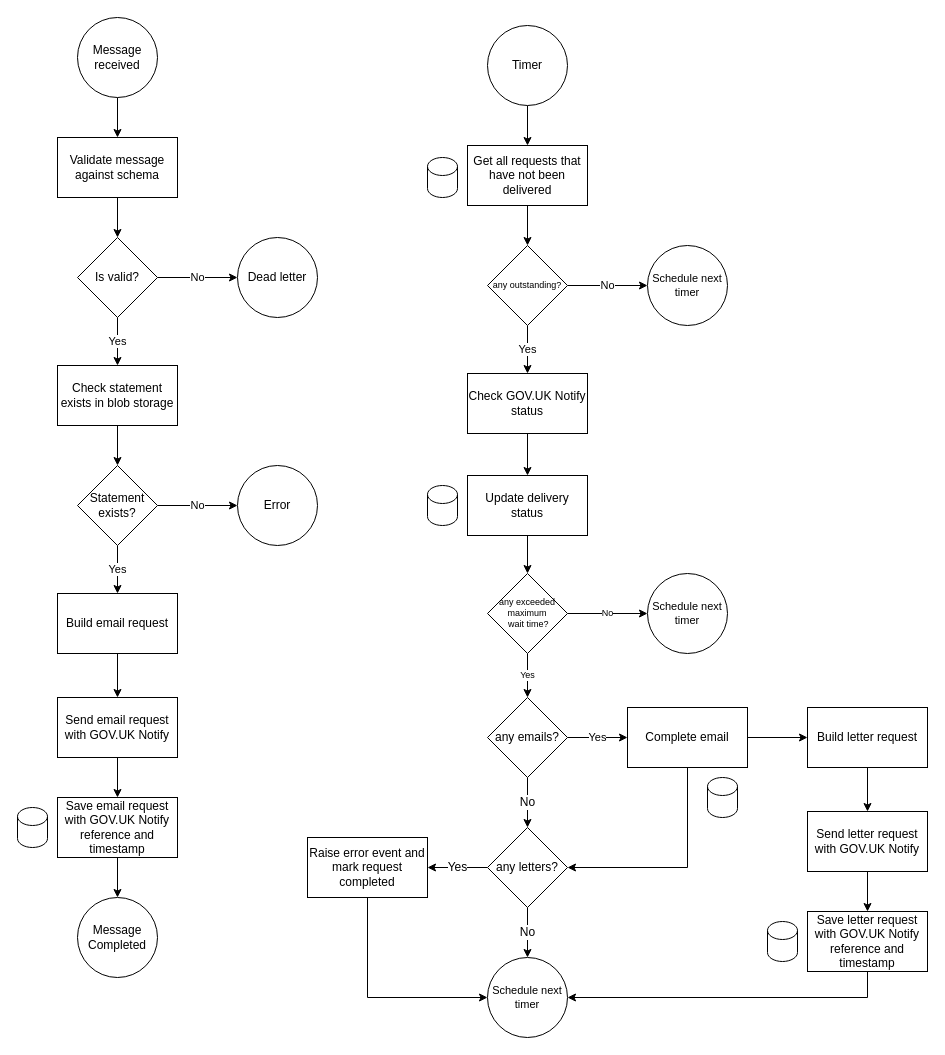
The draw.io diagram Payments/ffc-pay-statement-publisher.drawio in DEFRA/ffc-diagrams, before the edit. Source tidied: cells renumbered, new cells numbered last; positions are measured from the earlier drawing's top-left corner, leaving out a move shared by most shapes. Both pictures are drawn from the tidied source at 100%, with x=0, y=0 at pixel (17, 17).
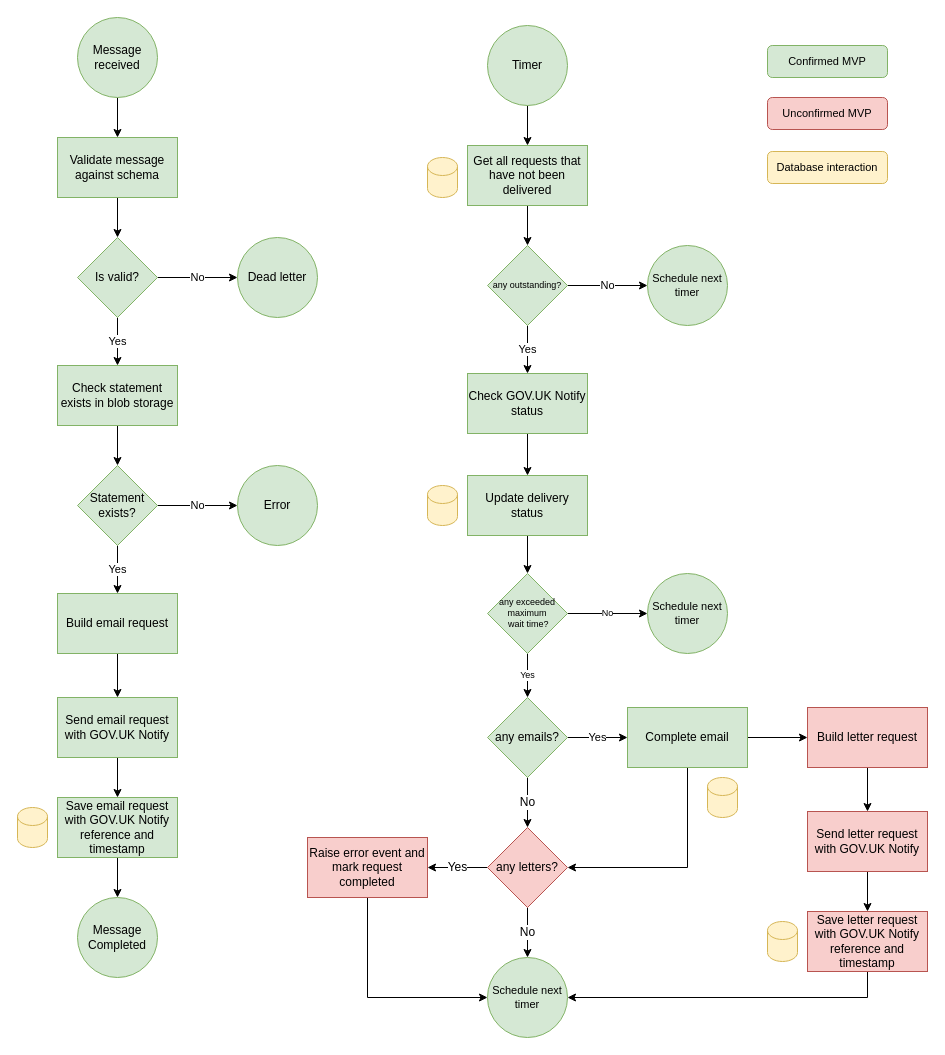
The same page after the edit.

What changed in the source:
```diff
@@
-    <mxCell id="3" value="Message received" style="ellipse;whiteSpace=wrap;html=1;" parent="1" vertex="1">
+    <mxCell id="3" value="Message received" style="ellipse;whiteSpace=wrap;html=1;fillColor=#d5e8d4;strokeColor=#82b366;" parent="1" vertex="1">
       <mxGeometry x="60" width="80" height="80" as="geometry" />
     </mxCell>
@@
-    <mxCell id="5" value="Validate message against schema" style="whiteSpace=wrap;html=1;" parent="1" vertex="1">
+    <mxCell id="5" value="Validate message against schema" style="whiteSpace=wrap;html=1;fillColor=#d5e8d4;strokeColor=#82b366;" parent="1" vertex="1">
       <mxGeometry x="40" y="120" width="120" height="60" as="geometry" />
     </mxCell>
@@
-    <mxCell id="8" value="Is valid?" style="rhombus;whiteSpace=wrap;html=1;" parent="1" vertex="1">
+    <mxCell id="8" value="Is valid?" style="rhombus;whiteSpace=wrap;html=1;fillColor=#d5e8d4;strokeColor=#82b366;" parent="1" vertex="1">
       <mxGeometry x="60" y="220" width="80" height="80" as="geometry" />
     </mxCell>
-    <mxCell id="9" value="Dead letter" style="ellipse;whiteSpace=wrap;html=1;" parent="1" vertex="1">
+    <mxCell id="9" value="Dead letter" style="ellipse;whiteSpace=wrap;html=1;fillColor=#d5e8d4;strokeColor=#82b366;" parent="1" vertex="1">
       <mxGeometry x="220" y="220" width="80" height="80" as="geometry" />
     </mxCell>
@@
-    <mxCell id="11" value="Check statement exists in blob storage" style="whiteSpace=wrap;html=1;" parent="1" vertex="1">
+    <mxCell id="11" value="Check statement exists in blob storage" style="whiteSpace=wrap;html=1;fillColor=#d5e8d4;strokeColor=#82b366;" parent="1" vertex="1">
       <mxGeometry x="40" y="348" width="120" height="60" as="geometry" />
     </mxCell>
@@
-    <mxCell id="14" value="Statement exists?" style="rhombus;whiteSpace=wrap;html=1;" parent="1" vertex="1">
+    <mxCell id="14" value="Statement exists?" style="rhombus;whiteSpace=wrap;html=1;fillColor=#d5e8d4;strokeColor=#82b366;" parent="1" vertex="1">
       <mxGeometry x="60" y="448" width="80" height="80" as="geometry" />
     </mxCell>
-    <mxCell id="15" value="Error" style="ellipse;whiteSpace=wrap;html=1;" parent="1" vertex="1">
+    <mxCell id="15" value="Error" style="ellipse;whiteSpace=wrap;html=1;fillColor=#d5e8d4;strokeColor=#82b366;" parent="1" vertex="1">
       <mxGeometry x="220" y="448" width="80" height="80" as="geometry" />
     </mxCell>
@@
-    <mxCell id="17" value="Build email request" style="whiteSpace=wrap;html=1;" parent="1" vertex="1">
+    <mxCell id="17" value="Build email request" style="whiteSpace=wrap;html=1;fillColor=#d5e8d4;strokeColor=#82b366;" parent="1" vertex="1">
       <mxGeometry x="40" y="576" width="120" height="60" as="geometry" />
     </mxCell>
@@
-    <mxCell id="19" value="Send email request with GOV.UK Notify" style="whiteSpace=wrap;html=1;" parent="1" vertex="1">
+    <mxCell id="19" value="Send email request with GOV.UK Notify" style="whiteSpace=wrap;html=1;fillColor=#d5e8d4;strokeColor=#82b366;" parent="1" vertex="1">
       <mxGeometry x="40" y="680" width="120" height="60" as="geometry" />
     </mxCell>
@@
-    <mxCell id="21" value="Save email request with GOV.UK Notify reference and timestamp" style="whiteSpace=wrap;html=1;" parent="1" vertex="1">
+    <mxCell id="21" value="Save email request with GOV.UK Notify reference and timestamp" style="whiteSpace=wrap;html=1;fillColor=#d5e8d4;strokeColor=#82b366;" parent="1" vertex="1">
       <mxGeometry x="40" y="780" width="120" height="60" as="geometry" />
     </mxCell>
-    <mxCell id="22" style="shape=cylinder3;whiteSpace=wrap;html=1;boundedLbl=1;backgroundOutline=1;size=9;" parent="1" vertex="1">
+    <mxCell id="22" style="shape=cylinder3;whiteSpace=wrap;html=1;boundedLbl=1;backgroundOutline=1;size=9;fillColor=#fff2cc;strokeColor=#d6b656;" parent="1" vertex="1">
       <mxGeometry y="790" width="30" height="40" as="geometry" />
     </mxCell>
-    <mxCell id="23" value="Message Completed" style="ellipse;whiteSpace=wrap;html=1;" parent="1" vertex="1">
+    <mxCell id="23" value="Message Completed" style="ellipse;whiteSpace=wrap;html=1;fillColor=#d5e8d4;strokeColor=#82b366;" parent="1" vertex="1">
       <mxGeometry x="60" y="880" width="80" height="80" as="geometry" />
     </mxCell>
@@
-    <mxCell id="25" value="Timer" style="ellipse;whiteSpace=wrap;html=1;" parent="1" vertex="1">
+    <mxCell id="25" value="Timer" style="ellipse;whiteSpace=wrap;html=1;fillColor=#d5e8d4;strokeColor=#82b366;" parent="1" vertex="1">
       <mxGeometry x="470" y="8" width="80" height="80" as="geometry" />
     </mxCell>
@@
-    <mxCell id="27" value="Get all requests that have not been delivered" style="whiteSpace=wrap;html=1;" parent="1" vertex="1">
+    <mxCell id="27" value="Get all requests that have not been delivered" style="whiteSpace=wrap;html=1;fillColor=#d5e8d4;strokeColor=#82b366;" parent="1" vertex="1">
       <mxGeometry x="450" y="128" width="120" height="60" as="geometry" />
     </mxCell>
@@
-    <mxCell id="30" value="any outstanding?" style="rhombus;whiteSpace=wrap;html=1;fontSize=9;" parent="1" vertex="1">
+    <mxCell id="30" value="any outstanding?" style="rhombus;whiteSpace=wrap;html=1;fontSize=9;fillColor=#d5e8d4;strokeColor=#82b366;" parent="1" vertex="1">
       <mxGeometry x="470" y="228" width="80" height="80" as="geometry" />
     </mxCell>
-    <mxCell id="31" value="Schedule next timer" style="ellipse;whiteSpace=wrap;html=1;fontSize=11;" parent="1" vertex="1">
+    <mxCell id="31" value="Schedule next timer" style="ellipse;whiteSpace=wrap;html=1;fontSize=11;fillColor=#d5e8d4;strokeColor=#82b366;" parent="1" vertex="1">
       <mxGeometry x="630" y="228" width="80" height="80" as="geometry" />
     </mxCell>
@@
-    <mxCell id="33" value="Check GOV.UK Notify status" style="whiteSpace=wrap;html=1;" parent="1" vertex="1">
+    <mxCell id="33" value="Check GOV.UK Notify status" style="whiteSpace=wrap;html=1;fillColor=#d5e8d4;strokeColor=#82b366;" parent="1" vertex="1">
       <mxGeometry x="450" y="356" width="120" height="60" as="geometry" />
     </mxCell>
@@
-    <mxCell id="35" value="Update delivery status" style="whiteSpace=wrap;html=1;" parent="1" vertex="1">
+    <mxCell id="35" value="Update delivery status" style="whiteSpace=wrap;html=1;fillColor=#d5e8d4;strokeColor=#82b366;" parent="1" vertex="1">
       <mxGeometry x="450" y="458" width="120" height="60" as="geometry" />
     </mxCell>
-    <mxCell id="36" style="shape=cylinder3;whiteSpace=wrap;html=1;boundedLbl=1;backgroundOutline=1;size=9;" parent="1" vertex="1">
+    <mxCell id="36" style="shape=cylinder3;whiteSpace=wrap;html=1;boundedLbl=1;backgroundOutline=1;size=9;fillColor=#fff2cc;strokeColor=#d6b656;" parent="1" vertex="1">
       <mxGeometry x="410" y="140" width="30" height="40" as="geometry" />
     </mxCell>
@@
-    <mxCell id="39" value="any exceeded maximum&lt;br&gt;&amp;nbsp;wait time?" style="rhombus;whiteSpace=wrap;html=1;fontSize=9;" parent="1" vertex="1">
+    <mxCell id="39" value="any exceeded maximum&lt;br&gt;&amp;nbsp;wait time?" style="rhombus;whiteSpace=wrap;html=1;fontSize=9;fillColor=#d5e8d4;strokeColor=#82b366;" parent="1" vertex="1">
       <mxGeometry x="470" y="556" width="80" height="80" as="geometry" />
     </mxCell>
-    <mxCell id="40" value="Schedule next timer" style="ellipse;whiteSpace=wrap;html=1;fontSize=11;" parent="1" vertex="1">
+    <mxCell id="40" value="Schedule next timer" style="ellipse;whiteSpace=wrap;html=1;fontSize=11;fillColor=#d5e8d4;strokeColor=#82b366;" parent="1" vertex="1">
       <mxGeometry x="630" y="556" width="80" height="80" as="geometry" />
     </mxCell>
-    <mxCell id="41" style="shape=cylinder3;whiteSpace=wrap;html=1;boundedLbl=1;backgroundOutline=1;size=9;" parent="1" vertex="1">
+    <mxCell id="41" style="shape=cylinder3;whiteSpace=wrap;html=1;boundedLbl=1;backgroundOutline=1;size=9;fillColor=#fff2cc;strokeColor=#d6b656;" parent="1" vertex="1">
       <mxGeometry x="410" y="468" width="30" height="40" as="geometry" />
     </mxCell>
@@
-    <mxCell id="44" value="any emails?" style="rhombus;whiteSpace=wrap;html=1;fontSize=12;" parent="1" vertex="1">
+    <mxCell id="44" value="any emails?" style="rhombus;whiteSpace=wrap;html=1;fontSize=12;fillColor=#d5e8d4;strokeColor=#82b366;" parent="1" vertex="1">
       <mxGeometry x="470" y="680" width="80" height="80" as="geometry" />
     </mxCell>
@@
-    <mxCell id="47" value="Complete email" style="whiteSpace=wrap;html=1;fontSize=12;" parent="1" vertex="1">
+    <mxCell id="47" value="Complete email" style="whiteSpace=wrap;html=1;fontSize=12;fillColor=#d5e8d4;strokeColor=#82b366;" parent="1" vertex="1">
       <mxGeometry x="610" y="690" width="120" height="60" as="geometry" />
     </mxCell>
@@
-    <mxCell id="50" value="any letters?" style="rhombus;whiteSpace=wrap;html=1;fontSize=12;" parent="1" vertex="1">
+    <mxCell id="50" value="any letters?" style="rhombus;whiteSpace=wrap;html=1;fontSize=12;fillColor=#f8cecc;strokeColor=#b85450;" parent="1" vertex="1">
       <mxGeometry x="470" y="810" width="80" height="80" as="geometry" />
     </mxCell>
-    <mxCell id="51" value="Schedule next timer" style="ellipse;whiteSpace=wrap;html=1;fontSize=11;" parent="1" vertex="1">
+    <mxCell id="51" value="Schedule next timer" style="ellipse;whiteSpace=wrap;html=1;fontSize=11;fillColor=#d5e8d4;strokeColor=#82b366;" parent="1" vertex="1">
       <mxGeometry x="470" y="940" width="80" height="80" as="geometry" />
     </mxCell>
@@
-    <mxCell id="53" value="Raise error event and mark request completed" style="whiteSpace=wrap;html=1;" parent="1" vertex="1">
+    <mxCell id="53" value="Raise error event and mark request completed" style="whiteSpace=wrap;html=1;fillColor=#f8cecc;strokeColor=#b85450;" parent="1" vertex="1">
       <mxGeometry x="290" y="820" width="120" height="60" as="geometry" />
     </mxCell>
-    <mxCell id="54" style="shape=cylinder3;whiteSpace=wrap;html=1;boundedLbl=1;backgroundOutline=1;size=9;" parent="1" vertex="1">
+    <mxCell id="54" style="shape=cylinder3;whiteSpace=wrap;html=1;boundedLbl=1;backgroundOutline=1;size=9;fillColor=#fff2cc;strokeColor=#d6b656;" parent="1" vertex="1">
       <mxGeometry x="690" y="760" width="30" height="40" as="geometry" />
     </mxCell>
@@
-    <mxCell id="56" value="Build letter request" style="whiteSpace=wrap;html=1;" parent="1" vertex="1">
+    <mxCell id="56" value="Build letter request" style="whiteSpace=wrap;html=1;fillColor=#f8cecc;strokeColor=#b85450;" parent="1" vertex="1">
       <mxGeometry x="790" y="690" width="120" height="60" as="geometry" />
     </mxCell>
@@
-    <mxCell id="58" value="Send letter request with GOV.UK Notify" style="whiteSpace=wrap;html=1;" parent="1" vertex="1">
+    <mxCell id="58" value="Send letter request with GOV.UK Notify" style="whiteSpace=wrap;html=1;fillColor=#f8cecc;strokeColor=#b85450;" parent="1" vertex="1">
       <mxGeometry x="790" y="794" width="120" height="60" as="geometry" />
     </mxCell>
@@
-    <mxCell id="60" value="Save letter request with GOV.UK Notify reference and timestamp" style="whiteSpace=wrap;html=1;" parent="1" vertex="1">
+    <mxCell id="60" value="Save letter request with GOV.UK Notify reference and timestamp" style="whiteSpace=wrap;html=1;fillColor=#f8cecc;strokeColor=#b85450;" parent="1" vertex="1">
       <mxGeometry x="790" y="894" width="120" height="60" as="geometry" />
     </mxCell>
-    <mxCell id="61" style="shape=cylinder3;whiteSpace=wrap;html=1;boundedLbl=1;backgroundOutline=1;size=9;" parent="1" vertex="1">
+    <mxCell id="61" style="shape=cylinder3;whiteSpace=wrap;html=1;boundedLbl=1;backgroundOutline=1;size=9;fillColor=#fff2cc;strokeColor=#d6b656;" parent="1" vertex="1">
       <mxGeometry x="750" y="904" width="30" height="40" as="geometry" />
     </mxCell>
+    <mxCell id="62" value="Confirmed MVP" style="rounded=1;whiteSpace=wrap;html=1;fontSize=11;fillColor=#d5e8d4;strokeColor=#82b366;" parent="1" vertex="1">
+      <mxGeometry x="750" y="28" width="120" height="32" as="geometry" />
+    </mxCell>
+    <mxCell id="63" value="Unconfirmed MVP" style="rounded=1;whiteSpace=wrap;html=1;fontSize=11;fillColor=#f8cecc;strokeColor=#b85450;" parent="1" vertex="1">
+      <mxGeometry x="750" y="80" width="120" height="32" as="geometry" />
+    </mxCell>
+    <mxCell id="64" value="Database interaction" style="rounded=1;whiteSpace=wrap;html=1;fontSize=11;fillColor=#fff2cc;strokeColor=#d6b656;" parent="1" vertex="1">
+      <mxGeometry x="750" y="134" width="120" height="32" as="geometry" />
+    </mxCell>
```
